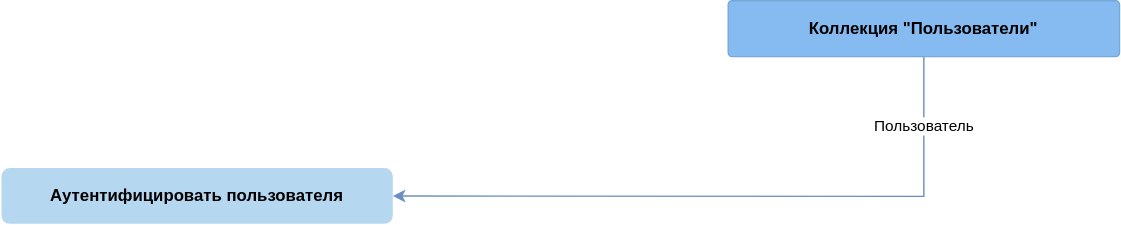
Earlier version of the draw.io export azhidkov.pro/content/effects-diagram/images/spec/operation-resource-ro.svg (d-r-q/developing-ergonomic-code). Source tidied: cells renumbered, new cells last; positions are measured from the earlier drawing's top-left corner, leaving out a move shared by most shapes.
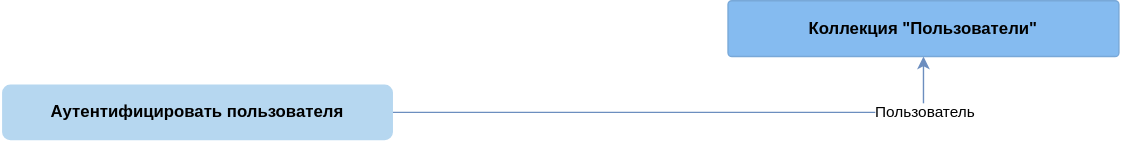
The same diagram one commit later.

Diff of the diagram source:
```diff
@@ -3,18 +3,18 @@
     <mxCell id="0" />
     <mxCell id="1" parent="0" />
     <mxCell id="2" value="Аутентифицировать пользователя" style="rounded=1;whiteSpace=wrap;html=1;fillColor=#B6D7F0;strokeColor=none;fontStyle=1;" parent="1" vertex="1">
-      <mxGeometry y="119.7" width="280" height="40" as="geometry" />
+      <mxGeometry y="60" width="280" height="40" as="geometry" />
     </mxCell>
-    <mxCell id="3" style="edgeStyle=none;rounded=0;jettySize=auto;html=1;fillColor=#dae8fc;strokeColor=#6c8ebf;" parent="1" edge="1" source="5" target="2">
+    <mxCell id="3" style="edgeStyle=none;rounded=0;jettySize=auto;html=1;fillColor=#dae8fc;strokeColor=#6c8ebf;" parent="1" edge="1" source="2" target="5">
       <mxGeometry relative="1" as="geometry">
         <Array as="points">
-          <mxPoint x="660" y="140" />
+          <mxPoint x="660" y="80" />
         </Array>
       </mxGeometry>
     </mxCell>
     <mxCell id="4" value="Пользователь" style="edgeLabel;html=1;align=center;verticalAlign=middle;rounded=0;" parent="3" vertex="1">
       <mxGeometry x="0.06" y="-3" relative="1" as="geometry">
-        <mxPoint x="154" y="-47" as="offset" />
+        <mxPoint x="158" y="-3" as="offset" />
       </mxGeometry>
     </mxCell>
     <object id="5" label="&lt;b&gt;Коллекция &quot;Пользователи&quot;&lt;br&gt;&lt;/b&gt;" c4Description="Description" c4Name="name" c4Technology="technology" c4Type="Component" placeholders="1">
```
